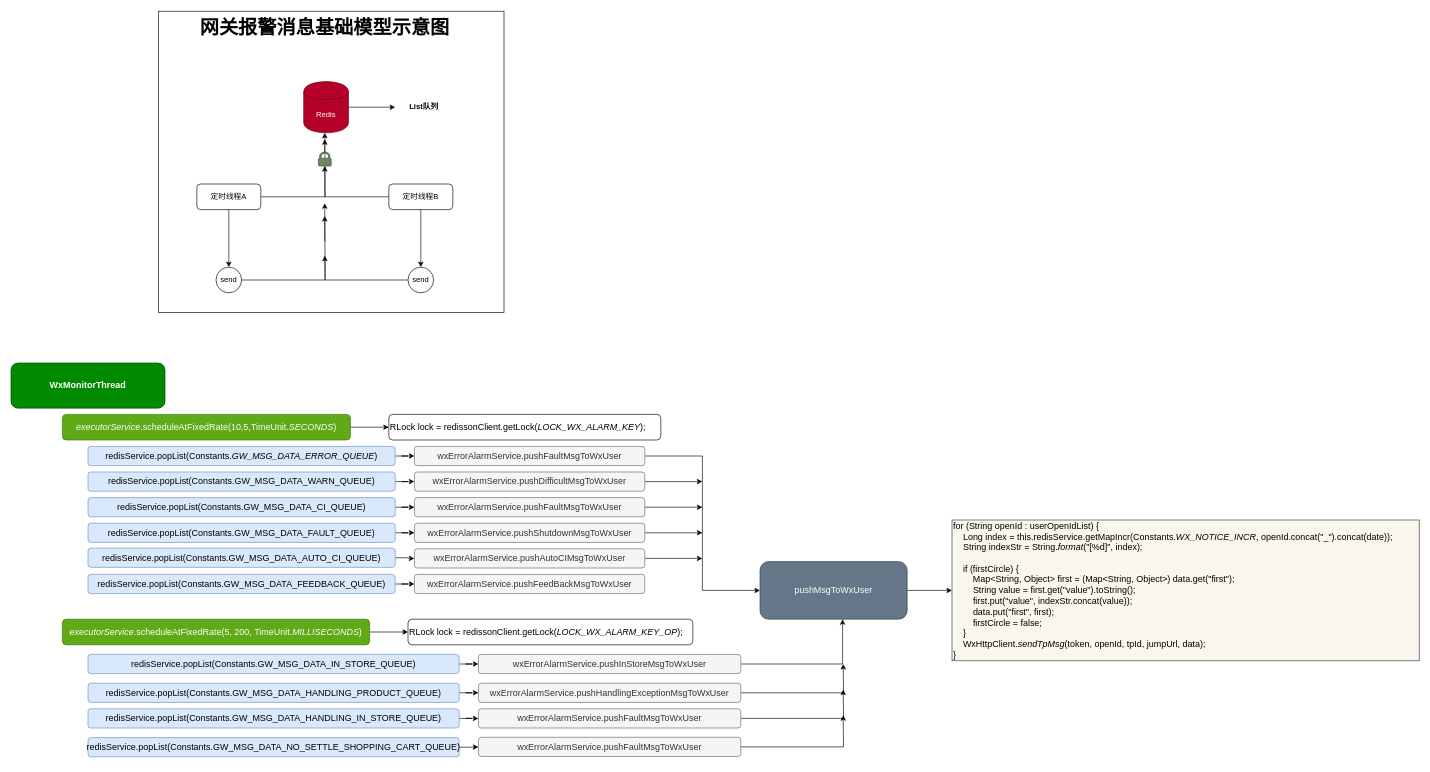
Before: 网关报警消息示意图.drawio in TysonSir/draw.io, a draw.io diagram. Source tidied: cells renumbered, new cells numbered last; positions are measured from the earlier drawing's top-left corner, leaving out a move shared by most shapes. Both pictures are drawn from the tidied source at 64%, with x=0, y=0 at pixel (11, 11).
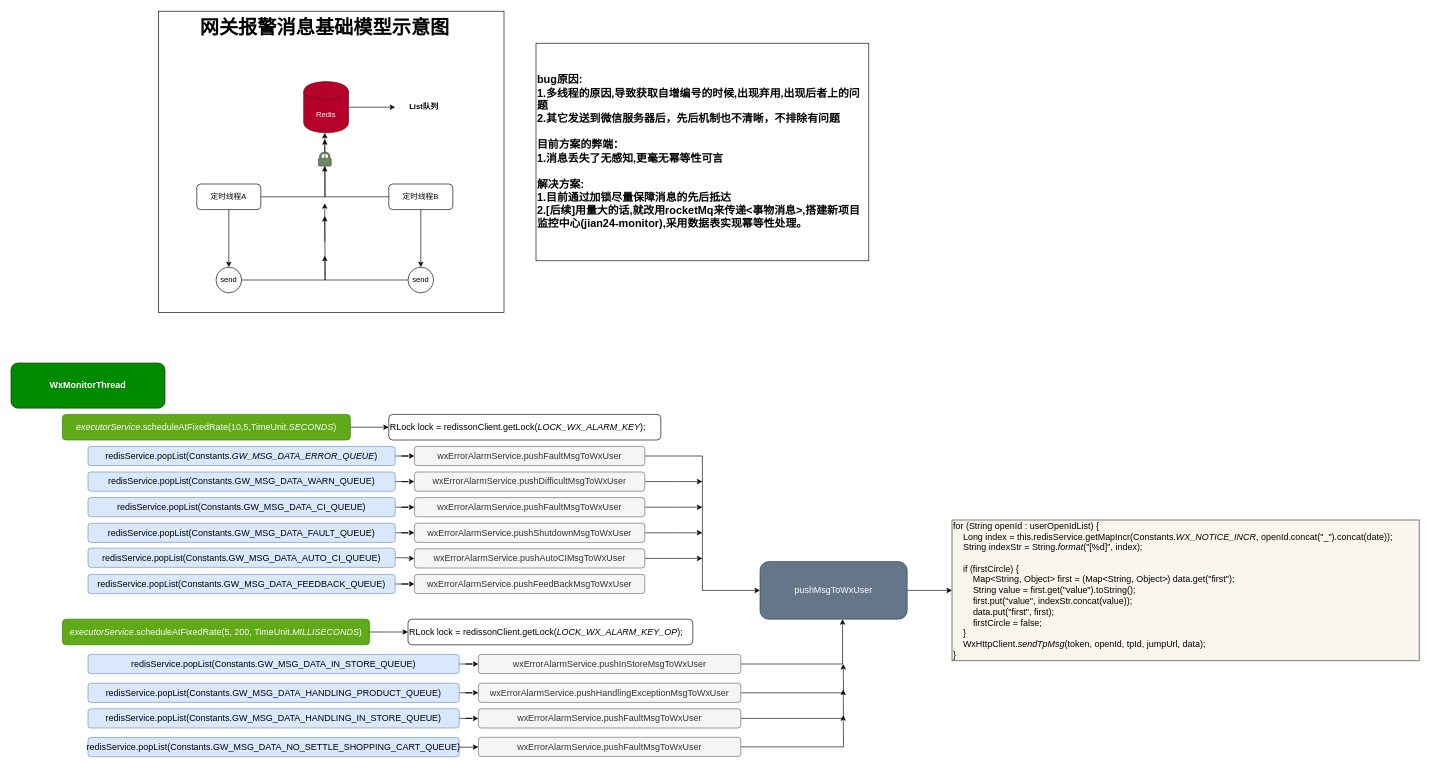
After the change.

Commit message:
Update 网关报警消息示意图.drawio

What changed in the source:
```diff
@@
+    <mxCell id="70" value="&lt;div style=&quot;font-size: 17px;&quot;&gt;bug原因:&lt;/div&gt;&lt;div style=&quot;font-size: 17px;&quot;&gt;1.多线程的原因,导致获取自增编号的时候,出现弃用,出现后者上的问题&lt;/div&gt;&lt;div style=&quot;font-size: 17px;&quot;&gt;2.其它发送到微信服务器后，先后机制也不清晰，不排除有问题&lt;/div&gt;&lt;div style=&quot;font-size: 17px;&quot;&gt;&lt;br style=&quot;font-size: 17px;&quot;&gt;&lt;/div&gt;&lt;div style=&quot;font-size: 17px;&quot;&gt;目前方案的弊端：&lt;/div&gt;&lt;div style=&quot;font-size: 17px;&quot;&gt;1.消息丢失了无感知,更毫无幂等性可言&lt;/div&gt;&lt;div style=&quot;font-size: 17px;&quot;&gt;&lt;br style=&quot;font-size: 17px;&quot;&gt;&lt;/div&gt;&lt;div style=&quot;font-size: 17px;&quot;&gt;解决方案:&lt;/div&gt;&lt;div style=&quot;font-size: 17px;&quot;&gt;1.目前通过加锁尽量保障消息的先后抵达&lt;/div&gt;&lt;div style=&quot;font-size: 17px;&quot;&gt;2.[后续]用量大的话,就改用rocketMq来传递&amp;lt;事物消息&amp;gt;,搭建新项目监控中心(jian24-monitor),采用数据表实现幂等性处理。&lt;/div&gt;" style="rounded=0;whiteSpace=wrap;html=1;align=left;fontStyle=1;fontSize=17;" parent="1" vertex="1">
+      <mxGeometry x="820" y="50" width="520" height="340" as="geometry" />
+    </mxCell>
```
